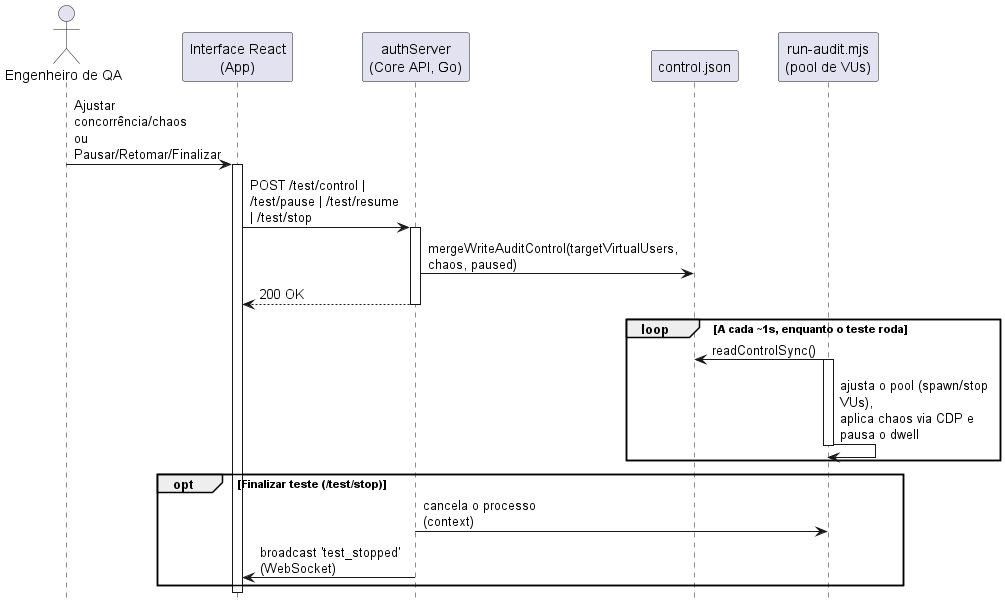
Earlier version of the PlantUML export Artefatos/DiagramaDeSequenciaControleAoVivo.png (ICEI-PUC-Minas-PPLES-TI/plf-es-2025-2-tcci-0393100-dev-rafael-parreira).
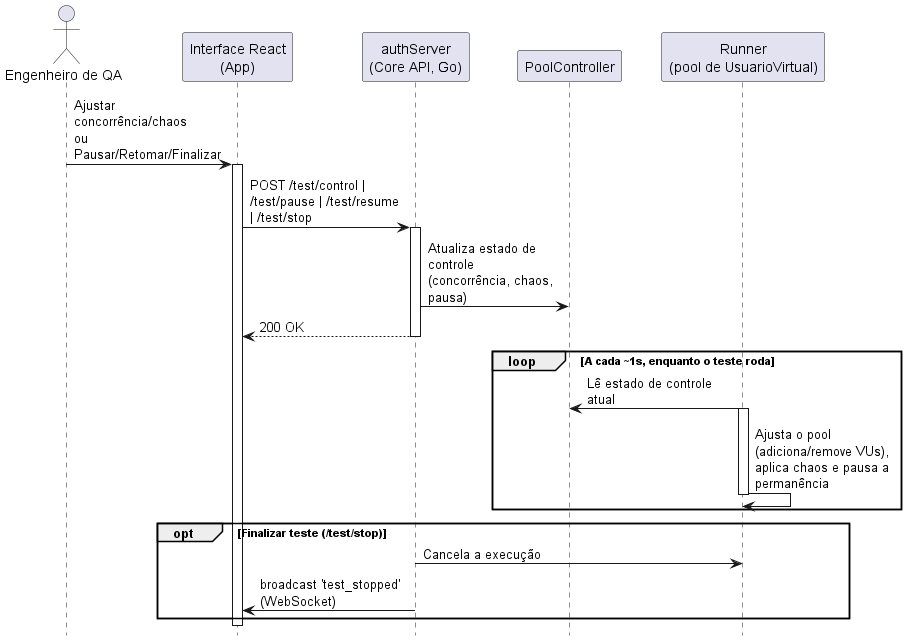
Above is the later version.

Commit message:
docs: aplica ajustes da banca nos diagramas de sequencia e de atividades

Change to the diagram source:
```diff
@@ -6,26 +6,26 @@
 actor "Engenheiro de QA" as QA
 participant "Interface React\n(App)" as Web
 participant "authServer\n(Core API, Go)" as Core
-participant "control.json" as Ctrl
-participant "run-audit.mjs\n(pool de VUs)" as Runner
+participant "PoolController" as Ctrl
+participant "Runner\n(pool de UsuarioVirtual)" as Runner
 
 QA -> Web: Ajustar concorrência/chaos\nou Pausar/Retomar/Finalizar
 activate Web
 Web -> Core: POST /test/control | /test/pause | /test/resume | /test/stop
 activate Core
-Core -> Ctrl: mergeWriteAuditControl(targetVirtualUsers, chaos, paused)
+Core -> Ctrl: Atualiza estado de controle\n(concorrência, chaos, pausa)
 Core --> Web: 200 OK
 deactivate Core
 
 loop A cada ~1s, enquanto o teste roda
-    Runner -> Ctrl: readControlSync()
+    Runner -> Ctrl: Lê estado de controle atual
     activate Runner
-    Runner -> Runner: ajusta o pool (spawn/stop VUs),\naplica chaos via CDP e pausa o dwell
+    Runner -> Runner: Ajusta o pool (adiciona/remove VUs),\naplica chaos e pausa a permanência
     deactivate Runner
 end
 
 opt Finalizar teste (/test/stop)
-    Core -> Runner: cancela o processo (context)
+    Core -> Runner: Cancela a execução
     Core -> Web: broadcast 'test_stopped' (WebSocket)
 end
 deactivate Web
```
